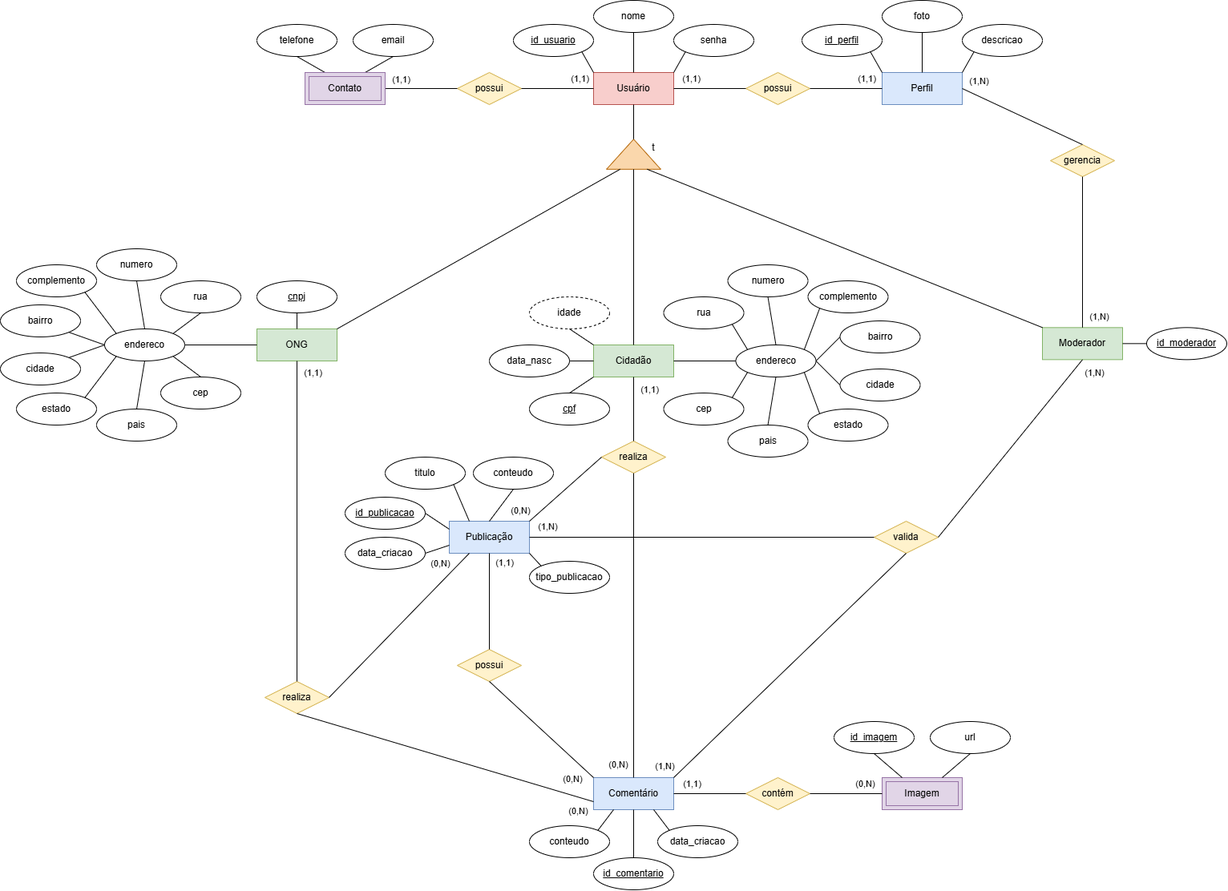
This is DOCUMENTACAO/PetMap - Modelo Conceitual.drawio.png from arthurpansera/PetMap, a draw.io export, as it was before one commit. Source tidied: cells renumbered, new cells last; positions are measured from the earlier drawing's top-left corner, leaving out a move shared by most shapes.
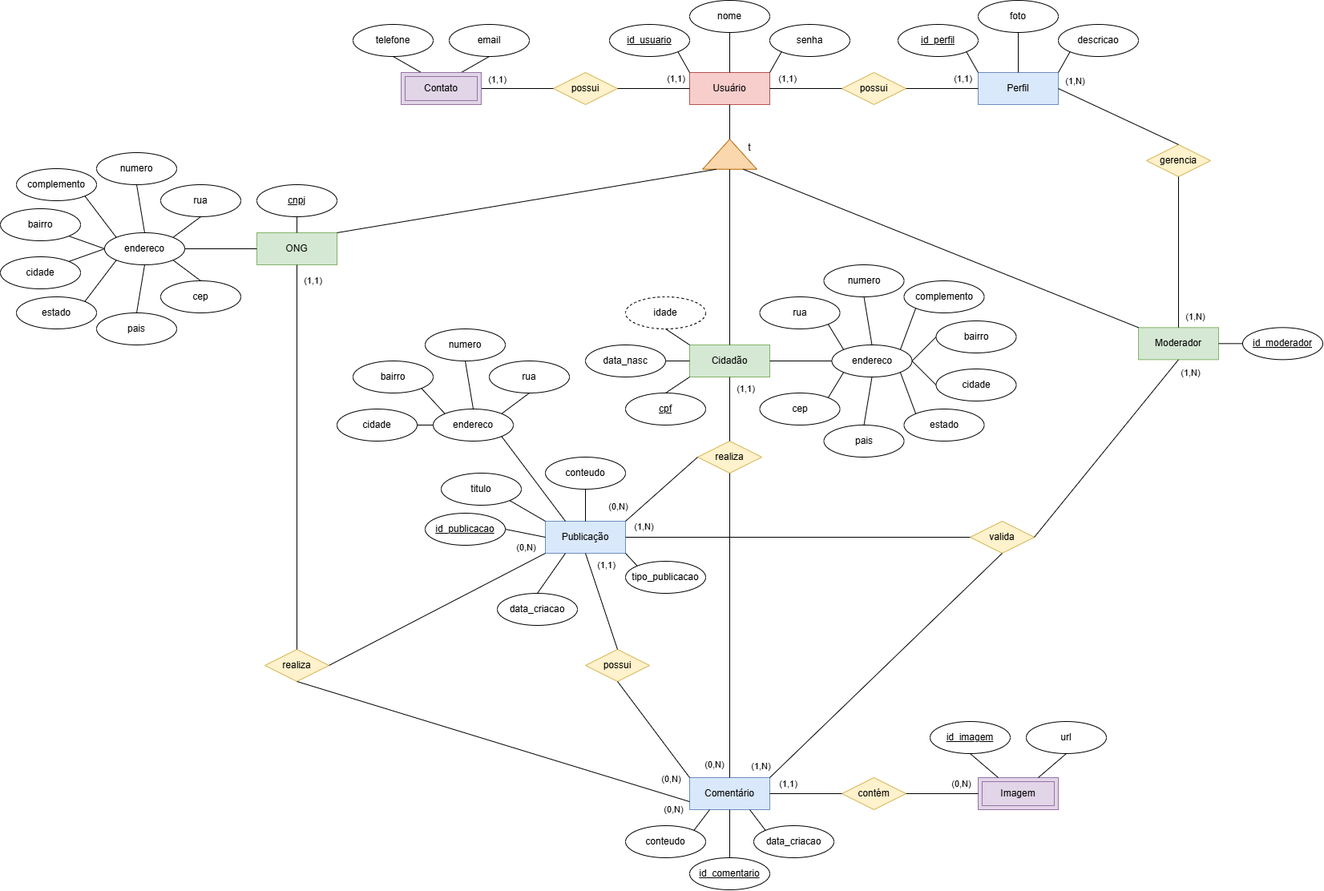
Later version of the same file.

Commit message:
Atualização do Modelo Conceitual

Atualização do modelo conceitual da aplicação

Change to the diagram source:
```diff
@@ -33,7 +33,7 @@
       <mxGeometry relative="1" as="geometry" />
     </mxCell>
     <mxCell id="12" value="ONG" style="whiteSpace=wrap;html=1;align=center;fillColor=#d5e8d4;strokeColor=#82b366;" parent="1" vertex="1">
-      <mxGeometry x="320" y="410" width="100" height="40" as="geometry" />
+      <mxGeometry x="200" y="290" width="100" height="40" as="geometry" />
     </mxCell>
     <mxCell id="13" value="Moderador" style="whiteSpace=wrap;html=1;align=center;fillColor=#d5e8d4;strokeColor=#82b366;" parent="1" vertex="1">
       <mxGeometry x="1300" y="408.3" width="100" height="40" as="geometry" />
@@ -134,40 +134,40 @@
       <mxGeometry relative="1" as="geometry" />
     </mxCell>
     <mxCell id="43" value="cnpj" style="ellipse;whiteSpace=wrap;html=1;align=center;fontStyle=4;" parent="1" vertex="1">
-      <mxGeometry x="320" y="350" width="100" height="40" as="geometry" />
+      <mxGeometry x="200" y="230" width="100" height="40" as="geometry" />
     </mxCell>
     <mxCell id="44" style="endArrow=none;html=1;rounded=0;exitX=0.5;exitY=1;exitDx=0;exitDy=0;" parent="1" edge="1" source="43" target="12">
       <mxGeometry relative="1" as="geometry" />
     </mxCell>
     <mxCell id="45" value="endereco" style="ellipse;whiteSpace=wrap;html=1;align=center;" parent="1" vertex="1">
-      <mxGeometry x="130" y="410" width="100" height="40" as="geometry" />
+      <mxGeometry x="10" y="290" width="100" height="40" as="geometry" />
     </mxCell>
     <mxCell id="46" style="endArrow=none;html=1;rounded=0;exitX=1;exitY=0.5;exitDx=0;exitDy=0;entryX=0;entryY=0.5;entryDx=0;entryDy=0;" parent="1" edge="1" source="45" target="12">
       <mxGeometry relative="1" as="geometry" />
     </mxCell>
     <mxCell id="47" value="pais" style="ellipse;whiteSpace=wrap;html=1;align=center;" parent="1" vertex="1">
-      <mxGeometry x="120" y="510" width="100" height="40" as="geometry" />
+      <mxGeometry y="390" width="100" height="40" as="geometry" />
     </mxCell>
     <mxCell id="48" value="estado" style="ellipse;whiteSpace=wrap;html=1;align=center;" parent="1" vertex="1">
-      <mxGeometry x="20" y="490" width="100" height="40" as="geometry" />
+      <mxGeometry x="-100" y="370" width="100" height="40" as="geometry" />
     </mxCell>
     <mxCell id="49" value="cep" style="ellipse;whiteSpace=wrap;html=1;align=center;" parent="1" vertex="1">
-      <mxGeometry x="200" y="470" width="100" height="40" as="geometry" />
+      <mxGeometry x="80" y="350" width="100" height="40" as="geometry" />
     </mxCell>
     <mxCell id="50" value="bairro" style="ellipse;whiteSpace=wrap;html=1;align=center;" parent="1" vertex="1">
-      <mxGeometry y="380" width="100" height="40" as="geometry" />
+      <mxGeometry x="-120" y="260" width="100" height="40" as="geometry" />
     </mxCell>
     <mxCell id="51" value="complemento" style="ellipse;whiteSpace=wrap;html=1;align=center;" parent="1" vertex="1">
-      <mxGeometry x="20" y="330" width="100" height="40" as="geometry" />
+      <mxGeometry x="-100" y="210" width="100" height="40" as="geometry" />
     </mxCell>
     <mxCell id="52" value="numero" style="ellipse;whiteSpace=wrap;html=1;align=center;" parent="1" vertex="1">
-      <mxGeometry x="120" y="310" width="100" height="40" as="geometry" />
+      <mxGeometry y="190" width="100" height="40" as="geometry" />
     </mxCell>
     <mxCell id="53" value="rua" style="ellipse;whiteSpace=wrap;html=1;align=center;" parent="1" vertex="1">
-      <mxGeometry x="200" y="350" width="100" height="40" as="geometry" />
+      <mxGeometry x="80" y="230" width="100" height="40" as="geometry" />
     </mxCell>
     <mxCell id="54" value="cidade" style="ellipse;whiteSpace=wrap;html=1;align=center;" parent="1" vertex="1">
-      <mxGeometry y="440" width="100" height="40" as="geometry" />
+      <mxGeometry x="-120" y="320" width="100" height="40" as="geometry" />
     </mxCell>
     <mxCell id="55" style="endArrow=none;html=1;rounded=0;exitX=1;exitY=1;exitDx=0;exitDy=0;entryX=0.5;entryY=0;entryDx=0;entryDy=0;" parent="1" edge="1" source="45" target="49">
       <mxGeometry relative="1" as="geometry" />
@@ -222,19 +222,19 @@
       <mxGeometry x="750" y="550" width="80" height="40" as="geometry" />
     </mxCell>
     <mxCell id="71" value="realiza" style="shape=rhombus;perimeter=rhombusPerimeter;whiteSpace=wrap;html=1;align=center;fillColor=#fff2cc;strokeColor=#d6b656;" parent="1" vertex="1">
-      <mxGeometry x="330" y="850" width="80" height="40" as="geometry" />
+      <mxGeometry x="210" y="810" width="80" height="40" as="geometry" />
     </mxCell>
     <mxCell id="72" value="id_publicacao" style="ellipse;whiteSpace=wrap;html=1;align=center;fontStyle=4;" parent="1" vertex="1">
-      <mxGeometry x="430" y="620" width="100" height="40" as="geometry" />
+      <mxGeometry x="410" y="640" width="100" height="40" as="geometry" />
     </mxCell>
     <mxCell id="73" value="titulo" style="ellipse;whiteSpace=wrap;html=1;align=center;" parent="1" vertex="1">
-      <mxGeometry x="480" y="570" width="100" height="40" as="geometry" />
+      <mxGeometry x="430" y="590" width="100" height="40" as="geometry" />
     </mxCell>
     <mxCell id="74" value="conteudo" style="ellipse;whiteSpace=wrap;html=1;align=center;" parent="1" vertex="1">
-      <mxGeometry x="590" y="570" width="100" height="40" as="geometry" />
+      <mxGeometry x="560" y="570" width="100" height="40" as="geometry" />
     </mxCell>
     <mxCell id="75" value="data_criacao" style="ellipse;whiteSpace=wrap;html=1;align=center;" parent="1" vertex="1">
-      <mxGeometry x="430" y="670" width="100" height="40" as="geometry" />
+      <mxGeometry x="500" y="740" width="100" height="40" as="geometry" />
     </mxCell>
     <mxCell id="76" value="tipo_publicacao" style="ellipse;whiteSpace=wrap;html=1;align=center;" parent="1" vertex="1">
       <mxGeometry x="660" y="700" width="100" height="40" as="geometry" />
@@ -342,7 +342,7 @@
     </mxCell>
     <mxCell id="110" value="(1,1)" style="edgeLabel;html=1;align=center;verticalAlign=middle;" parent="109" vertex="1">
       <mxGeometry x="0.72" y="1" relative="1" as="geometry">
-        <mxPoint x="20" y="2" as="offset" />
+        <mxPoint x="20" y="1" as="offset" />
       </mxGeometry>
     </mxCell>
     <mxCell id="111" style="endArrow=none;html=1;rounded=0;entryX=0;entryY=0.5;entryDx=0;entryDy=0;exitX=1;exitY=0;exitDx=0;exitDy=0;" parent="1" edge="1" source="69" target="70">
@@ -350,7 +350,7 @@
     </mxCell>
     <mxCell id="112" value="(0,N)" style="edgeLabel;html=1;align=center;verticalAlign=middle;" parent="111" vertex="1">
       <mxGeometry x="-0.65" relative="1" as="geometry">
-        <mxPoint x="-27" y="-1" as="offset" />
+        <mxPoint x="-25" y="-6" as="offset" />
       </mxGeometry>
     </mxCell>
     <mxCell id="113" style="endArrow=none;html=1;rounded=0;exitX=1;exitY=0.5;exitDx=0;exitDy=0;entryX=0;entryY=0.5;entryDx=0;entryDy=0;" parent="1" edge="1" source="69" target="68">
@@ -393,14 +393,14 @@
       <mxGeometry x="930" y="970" width="80" height="40" as="geometry" />
     </mxCell>
     <mxCell id="124" value="possui" style="shape=rhombus;perimeter=rhombusPerimeter;whiteSpace=wrap;html=1;align=center;fillColor=#fff2cc;strokeColor=#d6b656;" parent="1" vertex="1">
-      <mxGeometry x="570" y="810" width="80" height="40" as="geometry" />
+      <mxGeometry x="610" y="810" width="80" height="40" as="geometry" />
     </mxCell>
     <mxCell id="125" style="endArrow=none;html=1;rounded=0;entryX=0.5;entryY=1;entryDx=0;entryDy=0;exitX=0.5;exitY=0;exitDx=0;exitDy=0;" parent="1" edge="1" source="124" target="69">
       <mxGeometry relative="1" as="geometry" />
     </mxCell>
     <mxCell id="126" value="(1,1)" style="edgeLabel;html=1;align=center;verticalAlign=middle;" parent="125" vertex="1">
       <mxGeometry x="0.74" y="2" relative="1" as="geometry">
-        <mxPoint x="20" y="-4" as="offset" />
+        <mxPoint x="21" y="-3" as="offset" />
       </mxGeometry>
     </mxCell>
     <mxCell id="127" style="endArrow=none;html=1;rounded=0;entryX=0.5;entryY=1;entryDx=0;entryDy=0;exitX=0;exitY=0;exitDx=0;exitDy=0;" parent="1" edge="1" source="98" target="124">
@@ -408,7 +408,7 @@
     </mxCell>
     <mxCell id="128" value="(0,N)" style="edgeLabel;html=1;align=center;verticalAlign=middle;" parent="127" vertex="1">
       <mxGeometry x="-0.82" y="-2" relative="1" as="geometry">
-        <mxPoint x="-16" y="14" as="offset" />
+        <mxPoint x="-17" y="14" as="offset" />
       </mxGeometry>
     </mxCell>
     <mxCell id="129" style="endArrow=none;html=1;rounded=0;entryX=0.5;entryY=1;entryDx=0;entryDy=0;exitX=0;exitY=0.75;exitDx=0;exitDy=0;" parent="1" edge="1" source="98" target="71">
@@ -416,7 +416,7 @@
     </mxCell>
     <mxCell id="130" value="(0,N)" style="edgeLabel;html=1;align=center;verticalAlign=middle;" parent="129" vertex="1">
       <mxGeometry x="-0.85" y="1" relative="1" as="geometry">
-        <mxPoint x="6" y="18" as="offset" />
+        <mxPoint x="15" y="19" as="offset" />
       </mxGeometry>
     </mxCell>
     <mxCell id="131" style="endArrow=none;html=1;rounded=0;entryX=0.5;entryY=1;entryDx=0;entryDy=0;exitX=0.5;exitY=0;exitDx=0;exitDy=0;" parent="1" edge="1" source="98" target="70">
@@ -427,21 +427,18 @@
         <mxPoint x="-21" y="-2" as="offset" />
       </mxGeometry>
     </mxCell>
-    <mxCell id="133" style="endArrow=none;html=1;rounded=0;exitX=1;exitY=0.5;exitDx=0;exitDy=0;entryX=0.25;entryY=1;entryDx=0;entryDy=0;" parent="1" edge="1" source="71" target="69">
+    <mxCell id="133" style="endArrow=none;html=1;rounded=0;exitX=1;exitY=0.5;exitDx=0;exitDy=0;entryX=0;entryY=1;entryDx=0;entryDy=0;" parent="1" edge="1" source="71" target="69">
       <mxGeometry relative="1" as="geometry" />
     </mxCell>
     <mxCell id="134" value="(0,N)" style="edgeLabel;html=1;align=center;verticalAlign=middle;" parent="133" vertex="1">
       <mxGeometry x="0.73" y="3" relative="1" as="geometry">
-        <mxPoint x="-12" y="-10" as="offset" />
+        <mxPoint x="13" y="-25" as="offset" />
       </mxGeometry>
     </mxCell>
-    <mxCell id="135" style="endArrow=none;html=1;rounded=0;exitX=1;exitY=0.5;exitDx=0;exitDy=0;entryX=0;entryY=0.75;entryDx=0;entryDy=0;" parent="1" edge="1" source="75" target="69">
-      <mxGeometry relative="1" as="geometry" />
-    </mxCell>
-    <mxCell id="136" style="endArrow=none;html=1;rounded=0;exitX=1;exitY=0.5;exitDx=0;exitDy=0;entryX=0;entryY=0.25;entryDx=0;entryDy=0;" parent="1" edge="1" source="72" target="69">
+    <mxCell id="136" style="endArrow=none;html=1;rounded=0;exitX=1;exitY=0.5;exitDx=0;exitDy=0;entryX=0;entryY=0.5;entryDx=0;entryDy=0;" parent="1" edge="1" source="72" target="69">
       <mxGeometry relative="1" as="geometry" />
     </mxCell>
-    <mxCell id="137" style="endArrow=none;html=1;rounded=0;exitX=0.25;exitY=0;exitDx=0;exitDy=0;entryX=1;entryY=1;entryDx=0;entryDy=0;" parent="1" edge="1" source="69" target="73">
+    <mxCell id="137" style="endArrow=none;html=1;rounded=0;exitX=0;exitY=0;exitDx=0;exitDy=0;entryX=1;entryY=1;entryDx=0;entryDy=0;" parent="1" edge="1" source="69" target="73">
       <mxGeometry relative="1" as="geometry" />
     </mxCell>
     <mxCell id="138" style="endArrow=none;html=1;rounded=0;exitX=0.5;exitY=0;exitDx=0;exitDy=0;entryX=0.5;entryY=1;entryDx=0;entryDy=0;" parent="1" edge="1" source="69" target="74">
@@ -469,5 +466,38 @@
         <mxPoint x="8" y="-15" as="offset" />
       </mxGeometry>
     </mxCell>
+    <mxCell id="145" value="endereco" style="ellipse;whiteSpace=wrap;html=1;align=center;" parent="1" vertex="1">
+      <mxGeometry x="420" y="510" width="100" height="40" as="geometry" />
+    </mxCell>
+    <mxCell id="146" value="bairro" style="ellipse;whiteSpace=wrap;html=1;align=center;" parent="1" vertex="1">
+      <mxGeometry x="320" y="450" width="100" height="40" as="geometry" />
+    </mxCell>
+    <mxCell id="147" value="numero" style="ellipse;whiteSpace=wrap;html=1;align=center;" parent="1" vertex="1">
+      <mxGeometry x="410" y="410" width="100" height="40" as="geometry" />
+    </mxCell>
+    <mxCell id="148" value="rua" style="ellipse;whiteSpace=wrap;html=1;align=center;" parent="1" vertex="1">
+      <mxGeometry x="490" y="450" width="100" height="40" as="geometry" />
+    </mxCell>
+    <mxCell id="149" value="cidade" style="ellipse;whiteSpace=wrap;html=1;align=center;" parent="1" vertex="1">
+      <mxGeometry x="300" y="510" width="100" height="40" as="geometry" />
+    </mxCell>
+    <mxCell id="150" style="endArrow=none;html=1;rounded=0;exitX=0.5;exitY=1;exitDx=0;exitDy=0;entryX=1;entryY=0;entryDx=0;entryDy=0;" parent="1" edge="1" source="148" target="145">
+      <mxGeometry relative="1" as="geometry" />
+    </mxCell>
+    <mxCell id="151" style="endArrow=none;html=1;rounded=0;exitX=0.5;exitY=1;exitDx=0;exitDy=0;entryX=0.5;entryY=0;entryDx=0;entryDy=0;" parent="1" edge="1" source="147" target="145">
+      <mxGeometry relative="1" as="geometry" />
+    </mxCell>
+    <mxCell id="152" style="endArrow=none;html=1;rounded=0;exitX=0;exitY=0;exitDx=0;exitDy=0;entryX=1;entryY=1;entryDx=0;entryDy=0;" parent="1" edge="1" source="145" target="146">
+      <mxGeometry relative="1" as="geometry" />
+    </mxCell>
+    <mxCell id="153" style="endArrow=none;html=1;rounded=0;exitX=0;exitY=0.5;exitDx=0;exitDy=0;entryX=1;entryY=0.5;entryDx=0;entryDy=0;" parent="1" edge="1" source="145" target="149">
+      <mxGeometry relative="1" as="geometry" />
+    </mxCell>
+    <mxCell id="154" style="endArrow=none;html=1;rounded=0;exitX=0.25;exitY=0;exitDx=0;exitDy=0;entryX=1;entryY=1;entryDx=0;entryDy=0;" parent="1" edge="1" source="69" target="145">
+      <mxGeometry relative="1" as="geometry" />
+    </mxCell>
+    <mxCell id="135" style="endArrow=none;html=1;rounded=0;exitX=0.5;exitY=0;exitDx=0;exitDy=0;entryX=0.25;entryY=1;entryDx=0;entryDy=0;" parent="1" edge="1" source="75" target="69">
+      <mxGeometry relative="1" as="geometry" />
+    </mxCell>
   </root>
 </mxGraphModel>
```
